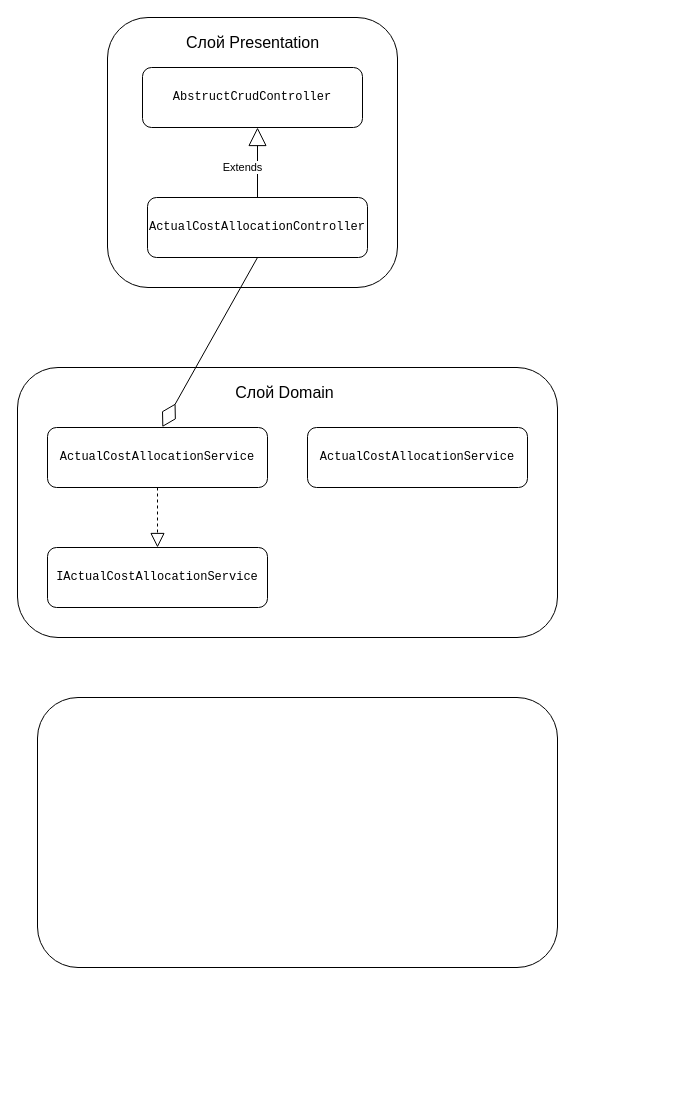
This is бэкенд вкр.drawio from hiff0/db-city-council, a draw.io file, before an edit. Source tidied: cells renumbered, new cells numbered last; positions are measured from the earlier drawing's top-left corner, leaving out a move shared by most shapes. Both pictures are drawn from the tidied source at 100%, with x=0, y=0 at pixel (17, 17).
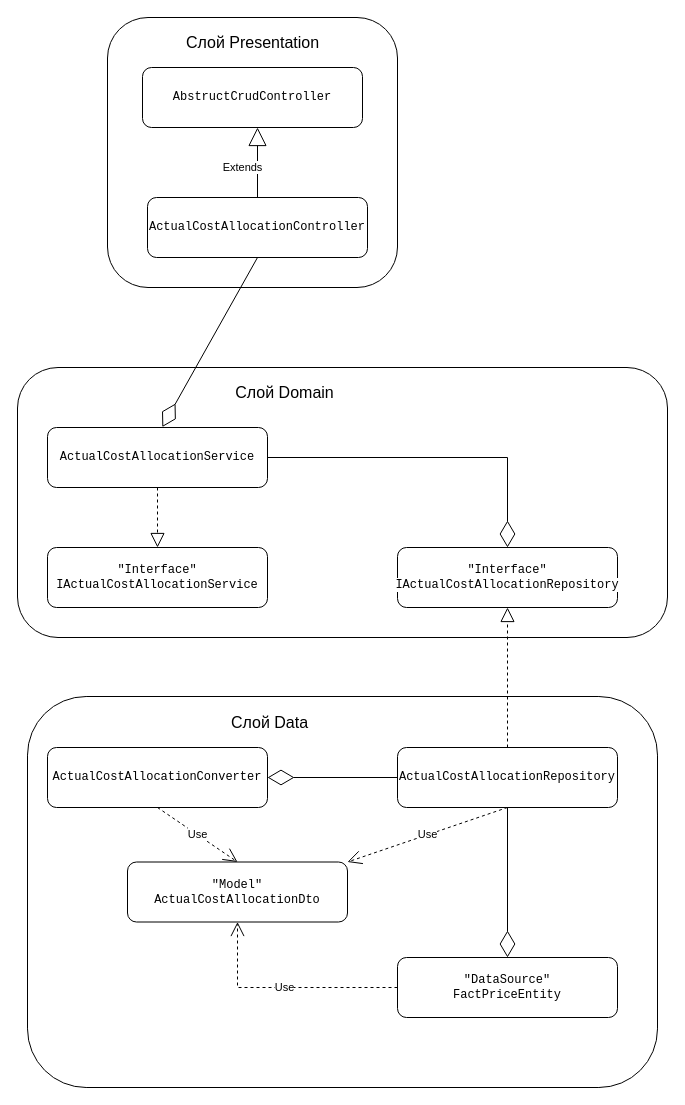
After the change.

Unchanged cells that the change refers to:
```xml
<mxCell id="9" value="&lt;div style=&quot;&quot;&gt;&lt;pre style=&quot;font-family: &amp;quot;JetBrains Mono&amp;quot;, monospace;&quot;&gt;&lt;span style=&quot;background-color: rgb(255, 255, 255);&quot;&gt;ActualCostAllocationService&lt;/span&gt;&lt;/pre&gt;&lt;/div&gt;" style="rounded=1;whiteSpace=wrap;html=1;" parent="1" vertex="1">
  <mxGeometry x="30" y="410" width="220" height="60" as="geometry" />
</mxCell>
```

The edit, as a diff of the source:
```diff
@@
     <mxCell id="7" style="rounded=1;whiteSpace=wrap;html=1;fillColor=none;" parent="1" vertex="1">
-      <mxGeometry y="350" width="540" height="270" as="geometry" />
+      <mxGeometry y="350" width="650" height="270" as="geometry" />
     </mxCell>
@@
-    <mxCell id="10" value="&lt;div style=&quot;&quot;&gt;&lt;pre style=&quot;font-family: &amp;quot;JetBrains Mono&amp;quot;, monospace;&quot;&gt;&lt;span style=&quot;background-color: rgb(255, 255, 255);&quot;&gt;IActualCostAllocationService&lt;/span&gt;&lt;/pre&gt;&lt;/div&gt;" style="rounded=1;whiteSpace=wrap;html=1;" parent="1" vertex="1">
+    <mxCell id="10" value="&lt;div style=&quot;&quot;&gt;&lt;pre style=&quot;font-family: &amp;quot;JetBrains Mono&amp;quot;, monospace;&quot;&gt;&lt;span style=&quot;background-color: rgb(255, 255, 255);&quot;&gt;&quot;Interface&quot;&lt;br/&gt;IActualCostAllocationService&lt;/span&gt;&lt;/pre&gt;&lt;/div&gt;" style="rounded=1;whiteSpace=wrap;html=1;" parent="1" vertex="1">
       <mxGeometry x="30" y="530" width="220" height="60" as="geometry" />
     </mxCell>
@@
     <mxCell id="13" style="rounded=1;whiteSpace=wrap;html=1;fillColor=none;" parent="1" vertex="1">
-      <mxGeometry x="20" y="680" width="520" height="270" as="geometry" />
+      <mxGeometry x="10" y="679" width="630" height="391" as="geometry" />
     </mxCell>
-    <mxCell id="14" value="&lt;div style=&quot;&quot;&gt;&lt;pre style=&quot;font-family: &amp;quot;JetBrains Mono&amp;quot;, monospace;&quot;&gt;&lt;span style=&quot;background-color: rgb(255, 255, 255);&quot;&gt;ActualCostAllocationService&lt;/span&gt;&lt;/pre&gt;&lt;/div&gt;" style="rounded=1;whiteSpace=wrap;html=1;" parent="1" vertex="1">
-      <mxGeometry x="290" y="410" width="220" height="60" as="geometry" />
+    <mxCell id="14" value="&lt;div style=&quot;&quot;&gt;&lt;pre style=&quot;font-family: &amp;quot;JetBrains Mono&amp;quot;, monospace;&quot;&gt;&lt;span style=&quot;background-color: rgb(255, 255, 255);&quot;&gt;&quot;Interface&quot;&lt;br/&gt;IActualCostAllocationRepository&lt;/span&gt;&lt;/pre&gt;&lt;/div&gt;" style="rounded=1;whiteSpace=wrap;html=1;" parent="1" vertex="1">
+      <mxGeometry x="380" y="530" width="220" height="60" as="geometry" />
     </mxCell>
+    <mxCell id="15" style="endArrow=diamondThin;endFill=0;endSize=24;html=1;rounded=0;exitX=1;exitY=0.5;exitDx=0;exitDy=0;entryX=0.5;entryY=0;entryDx=0;entryDy=0;" parent="1" edge="1" source="9" target="14">
+      <mxGeometry relative="1" as="geometry">
+        <Array as="points">
+          <mxPoint x="490" y="440" />
+        </Array>
+      </mxGeometry>
+    </mxCell>
+    <mxCell id="16" value="&lt;div style=&quot;&quot;&gt;&lt;pre style=&quot;font-family: &amp;quot;JetBrains Mono&amp;quot;, monospace;&quot;&gt;&lt;span style=&quot;background-color: rgb(255, 255, 255);&quot;&gt;ActualCostAllocationRepository&lt;/span&gt;&lt;/pre&gt;&lt;/div&gt;" style="rounded=1;whiteSpace=wrap;html=1;" parent="1" vertex="1">
+      <mxGeometry x="380" y="730" width="220" height="60" as="geometry" />
+    </mxCell>
+    <mxCell id="17" style="endArrow=block;dashed=1;endFill=0;endSize=12;html=1;rounded=0;entryX=0.5;entryY=1;entryDx=0;entryDy=0;exitX=0.5;exitY=0;exitDx=0;exitDy=0;" parent="1" edge="1" source="16" target="14">
+      <mxGeometry relative="1" as="geometry" />
+    </mxCell>
+    <mxCell id="18" value="&lt;font style=&quot;font-size: 16px;&quot;&gt;Слой Data&lt;/font&gt;" style="text;html=1;align=center;verticalAlign=middle;whiteSpace=wrap;rounded=0;" parent="1" vertex="1">
+      <mxGeometry x="170" y="690" width="165" height="30" as="geometry" />
+    </mxCell>
+    <mxCell id="19" value="&lt;div style=&quot;&quot;&gt;&lt;pre style=&quot;font-family: &amp;quot;JetBrains Mono&amp;quot;, monospace;&quot;&gt;&lt;span style=&quot;background-color: rgb(255, 255, 255);&quot;&gt;&quot;Model&quot;&lt;br/&gt;ActualCostAllocationDto&lt;/span&gt;&lt;/pre&gt;&lt;/div&gt;" style="rounded=1;whiteSpace=wrap;html=1;" parent="1" vertex="1">
+      <mxGeometry x="110" y="844.5" width="220" height="60" as="geometry" />
+    </mxCell>
+    <mxCell id="20" value="Use" style="endArrow=open;endSize=12;dashed=1;html=1;rounded=0;exitX=0.5;exitY=1;exitDx=0;exitDy=0;entryX=1;entryY=0;entryDx=0;entryDy=0;" parent="1" edge="1" source="16" target="19">
+      <mxGeometry relative="1" as="geometry" />
+    </mxCell>
+    <mxCell id="21" value="&lt;div style=&quot;&quot;&gt;&lt;pre style=&quot;font-family: &amp;quot;JetBrains Mono&amp;quot;, monospace;&quot;&gt;&lt;span style=&quot;background-color: rgb(255, 255, 255);&quot;&gt;ActualCostAllocationConverter&lt;/span&gt;&lt;/pre&gt;&lt;/div&gt;" style="rounded=1;whiteSpace=wrap;html=1;" parent="1" vertex="1">
+      <mxGeometry x="30" y="730" width="220" height="60" as="geometry" />
+    </mxCell>
+    <mxCell id="22" style="endArrow=diamondThin;endFill=0;endSize=24;html=1;rounded=0;entryX=1;entryY=0.5;entryDx=0;entryDy=0;exitX=0;exitY=0.5;exitDx=0;exitDy=0;" parent="1" edge="1" source="16" target="21">
+      <mxGeometry relative="1" as="geometry" />
+    </mxCell>
+    <mxCell id="23" value="&lt;div style=&quot;&quot;&gt;&lt;pre style=&quot;font-family: &amp;quot;JetBrains Mono&amp;quot;, monospace;&quot;&gt;&lt;span style=&quot;background-color: rgb(255, 255, 255);&quot;&gt;&quot;DataSource&quot;&lt;br/&gt;FactPriceEntity&lt;/span&gt;&lt;/pre&gt;&lt;/div&gt;" style="rounded=1;whiteSpace=wrap;html=1;" parent="1" vertex="1">
+      <mxGeometry x="380" y="940" width="220" height="60" as="geometry" />
+    </mxCell>
+    <mxCell id="24" style="endArrow=diamondThin;endFill=0;endSize=24;html=1;rounded=0;entryX=0.5;entryY=0;entryDx=0;entryDy=0;exitX=0.5;exitY=1;exitDx=0;exitDy=0;" parent="1" edge="1" source="16" target="23">
+      <mxGeometry relative="1" as="geometry" />
+    </mxCell>
+    <mxCell id="25" value="Use" style="endArrow=open;endSize=12;dashed=1;html=1;rounded=0;exitX=0.5;exitY=1;exitDx=0;exitDy=0;entryX=0.5;entryY=0;entryDx=0;entryDy=0;" parent="1" edge="1" source="21" target="19">
+      <mxGeometry relative="1" as="geometry" />
+    </mxCell>
+    <mxCell id="26" value="Use" style="endArrow=open;endSize=12;dashed=1;html=1;rounded=0;exitX=0;exitY=0.5;exitDx=0;exitDy=0;entryX=0.5;entryY=1;entryDx=0;entryDy=0;" parent="1" edge="1" source="23" target="19">
+      <mxGeometry relative="1" as="geometry">
+        <Array as="points">
+          <mxPoint x="220" y="970" />
+        </Array>
+      </mxGeometry>
+    </mxCell>
```
